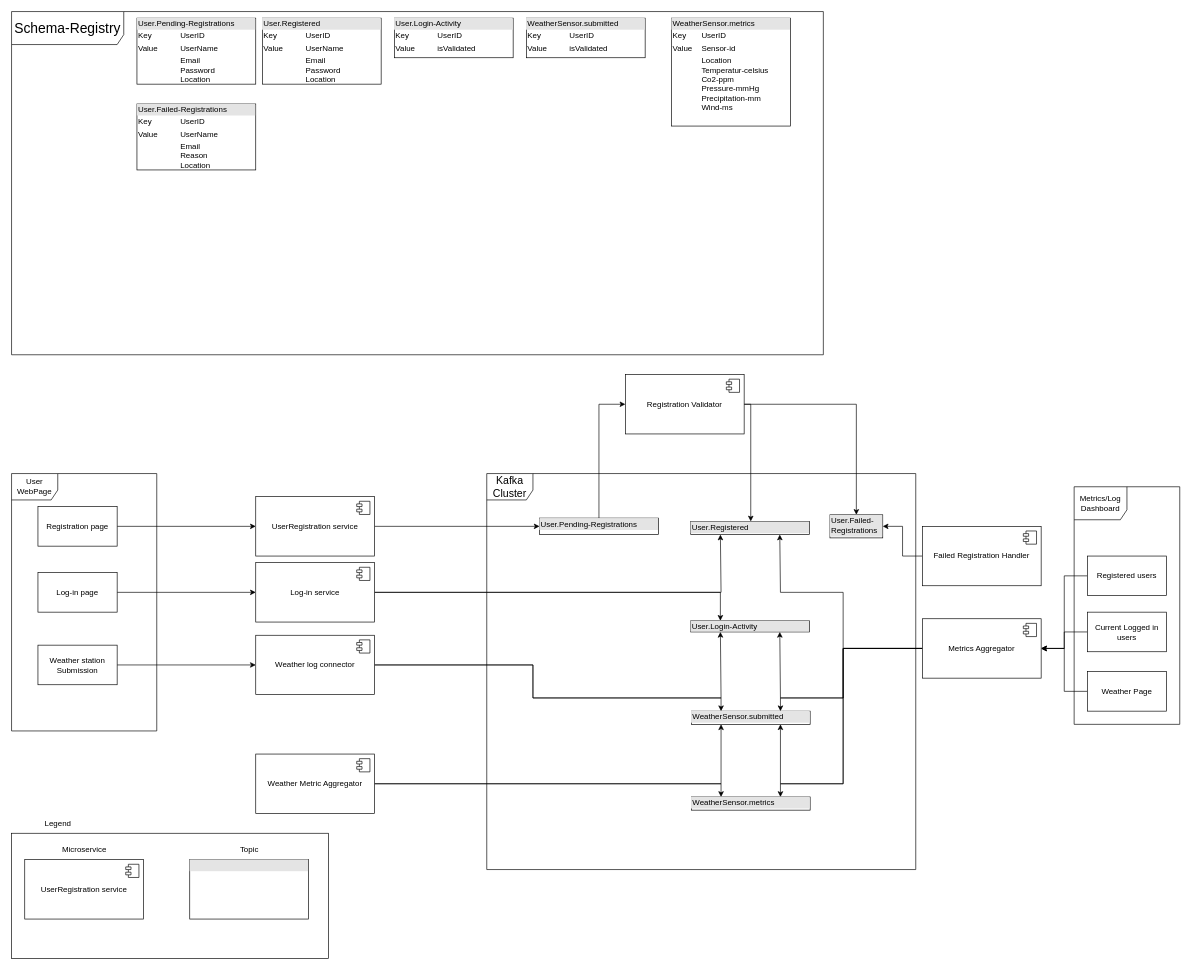
This is architecture.drawio from OthelloEngineer/Kafka-traffic-dashboard-project, a draw.io file, before an edit. Source tidied: cells renumbered, new cells numbered last; positions are measured from the earlier drawing's top-left corner, leaving out a move shared by most shapes. Both pictures are drawn from the tidied source at 66%, with x=0, y=0 at pixel (11, 11).
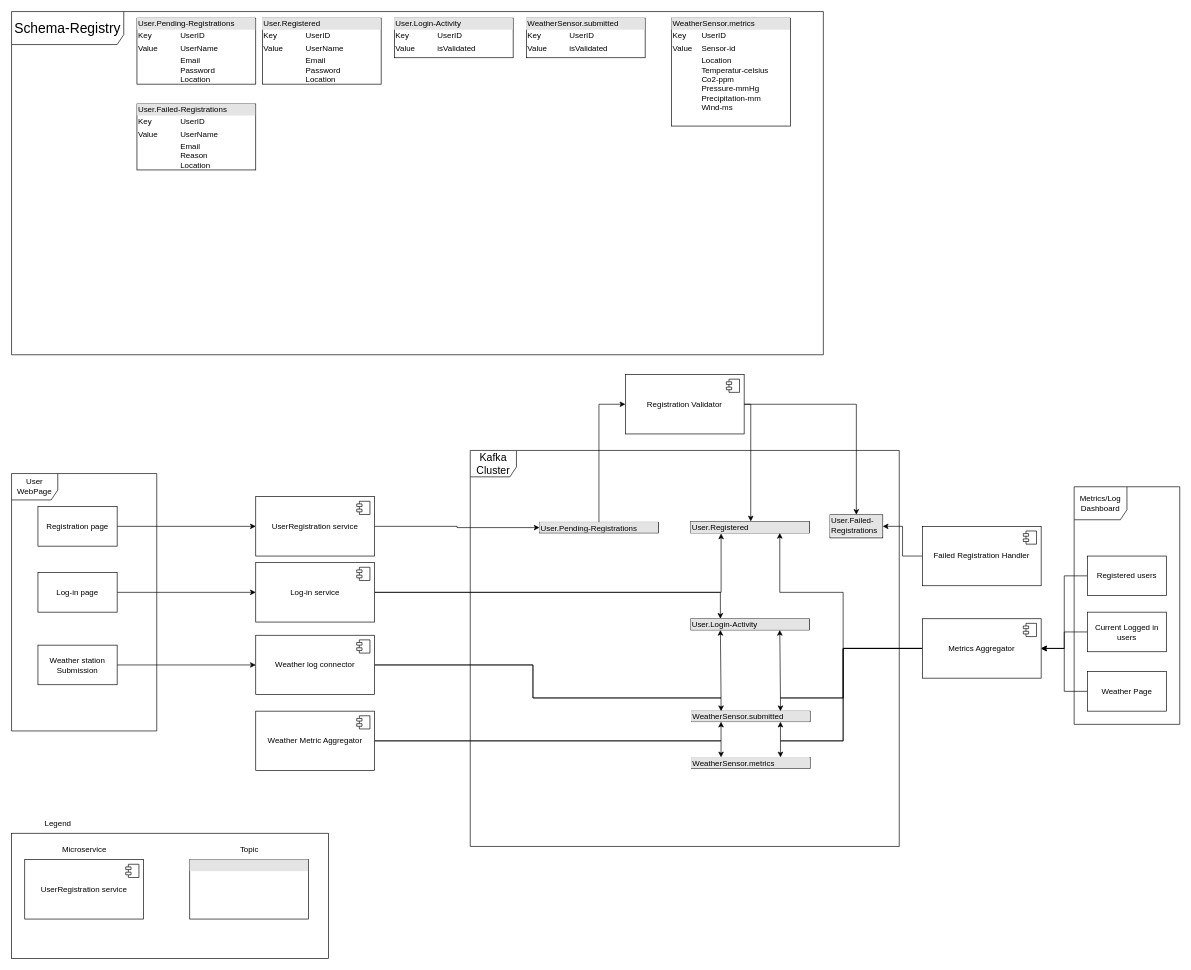
The same diagram, later.

Commit message:
improved visuals of design

The change refers to these unchanged cells:
```xml
<mxCell id="8" value="Log-in service" style="html=1;whiteSpace=wrap;" parent="1" vertex="1">
  <mxGeometry x="370" y="835" width="180" height="90" as="geometry" />
</mxCell>
<mxCell id="42" value="Metrics Aggregator" style="html=1;whiteSpace=wrap;" parent="1" vertex="1">
  <mxGeometry x="1380" y="920" width="180" height="90" as="geometry" />
</mxCell>
```

Change to the diagram source:
```diff
@@
+    <mxCell id="27" value="&lt;font style=&quot;font-size: 16px;&quot;&gt;Kafka Cluster&lt;/font&gt;" style="shape=umlFrame;whiteSpace=wrap;html=1;width=70;height=40;" parent="1" vertex="1">
+      <mxGeometry x="695" y="665" width="650" height="600" as="geometry" />
+    </mxCell>
@@
-    <mxCell id="6" style="edgeStyle=orthogonalEdgeStyle;rounded=0;jettySize=auto;html=1;entryX=0.25;entryY=1;entryDx=0;entryDy=0;" parent="1" edge="1" source="8" target="30">
+    <mxCell id="6" style="edgeStyle=orthogonalEdgeStyle;rounded=0;jettySize=auto;html=1;entryX=0.256;entryY=1.046;entryDx=0;entryDy=0;entryPerimeter=0;" parent="1" edge="1" source="8" target="30">
       <mxGeometry relative="1" as="geometry">
         <Array as="points">
           <mxPoint x="1075" y="880" />
         </Array>
       </mxGeometry>
     </mxCell>
@@
-    <mxCell id="27" value="&lt;font style=&quot;font-size: 16px;&quot;&gt;Kafka Cluster&lt;/font&gt;" style="shape=umlFrame;whiteSpace=wrap;html=1;width=70;height=40;" parent="1" vertex="1">
-      <mxGeometry x="720" y="700" width="650" height="600" as="geometry" />
-    </mxCell>
@@
     <mxCell id="29" value="&lt;div style=&quot;box-sizing:border-box;width:100%;background:#e4e4e4;padding:2px;&quot;&gt;User.Pending-Registrations&lt;/div&gt;" style="verticalAlign=top;align=left;overflow=fill;html=1;whiteSpace=wrap;" parent="1" vertex="1">
-      <mxGeometry x="800" y="767.5" width="180" height="25" as="geometry" />
+      <mxGeometry x="800" y="773.8" width="180" height="16.2" as="geometry" />
     </mxCell>
     <mxCell id="30" value="&lt;div style=&quot;box-sizing:border-box;width:100%;background:#e4e4e4;padding:2px;&quot;&gt;User.Registered&lt;/div&gt;" style="verticalAlign=top;align=left;overflow=fill;html=1;whiteSpace=wrap;" parent="1" vertex="1">
-      <mxGeometry x="1029" y="772.5" width="180" height="20" as="geometry" />
+      <mxGeometry x="1029" y="772.5" width="180" height="17.5" as="geometry" />
     </mxCell>
@@
     <mxCell id="35" value="&lt;div style=&quot;box-sizing:border-box;width:100%;background:#e4e4e4;padding:2px;&quot;&gt;User.Login-Activity&lt;/div&gt;" style="verticalAlign=top;align=left;overflow=fill;html=1;whiteSpace=wrap;" parent="1" vertex="1">
-      <mxGeometry x="1029" y="923" width="180" height="17" as="geometry" />
+      <mxGeometry x="1029" y="920" width="180" height="17" as="geometry" />
     </mxCell>
     <mxCell id="36" value="&lt;div style=&quot;box-sizing:border-box;width:100%;background:#e4e4e4;padding:2px;&quot;&gt;WeatherSensor.submitted&lt;/div&gt;" style="verticalAlign=top;align=left;overflow=fill;html=1;whiteSpace=wrap;" parent="1" vertex="1">
-      <mxGeometry x="1030" y="1060" width="180" height="20" as="geometry" />
+      <mxGeometry x="1030" y="1060" width="180" height="16" as="geometry" />
     </mxCell>
@@
     <mxCell id="39" style="edgeStyle=orthogonalEdgeStyle;rounded=0;jettySize=auto;html=1;entryX=0.75;entryY=1;entryDx=0;entryDy=0;" parent="1" edge="1" source="42" target="30">
       <mxGeometry relative="1" as="geometry">
         <Array as="points">
           <mxPoint x="1260" y="965" />
           <mxPoint x="1260" y="880" />
-          <mxPoint x="1165" y="880" />
+          <mxPoint x="1164" y="880" />
         </Array>
       </mxGeometry>
     </mxCell>
     <mxCell id="40" style="edgeStyle=orthogonalEdgeStyle;rounded=0;jettySize=auto;html=1;entryX=0.75;entryY=0;entryDx=0;entryDy=0;" parent="1" edge="1" source="42" target="55">
       <mxGeometry relative="1" as="geometry">
         <Array as="points">
           <mxPoint x="1260" y="965" />
-          <mxPoint x="1260" y="1170" />
-          <mxPoint x="1165" y="1170" />
+          <mxPoint x="1260" y="1105" />
+          <mxPoint x="1165" y="1105" />
         </Array>
       </mxGeometry>
     </mxCell>
     <mxCell id="41" style="edgeStyle=orthogonalEdgeStyle;rounded=0;jettySize=auto;html=1;entryX=0.75;entryY=1;entryDx=0;entryDy=0;" parent="1" edge="1" source="42" target="36">
       <mxGeometry relative="1" as="geometry">
         <Array as="points">
           <mxPoint x="1260" y="965" />
-          <mxPoint x="1260" y="1170" />
-          <mxPoint x="1165" y="1170" />
+          <mxPoint x="1260" y="1105" />
+          <mxPoint x="1165" y="1105" />
         </Array>
       </mxGeometry>
     </mxCell>
@@
     <mxCell id="52" style="edgeStyle=orthogonalEdgeStyle;rounded=0;jettySize=auto;html=1;entryX=0.25;entryY=1;entryDx=0;entryDy=0;" parent="1" edge="1" source="53" target="36">
-      <mxGeometry relative="1" as="geometry" />
+      <mxGeometry relative="1" as="geometry">
+        <Array as="points">
+          <mxPoint x="1075" y="1105" />
+        </Array>
+      </mxGeometry>
     </mxCell>
     <mxCell id="53" value="Weather Metric Aggregator" style="html=1;whiteSpace=wrap;" parent="1" vertex="1">
-      <mxGeometry x="370" y="1125" width="180" height="90" as="geometry" />
+      <mxGeometry x="370" y="1060" width="180" height="90" as="geometry" />
     </mxCell>
@@
     <mxCell id="55" value="&lt;div style=&quot;box-sizing:border-box;width:100%;background:#e4e4e4;padding:2px;&quot;&gt;WeatherSensor.metrics&lt;/div&gt;" style="verticalAlign=top;align=left;overflow=fill;html=1;whiteSpace=wrap;" parent="1" vertex="1">
-      <mxGeometry x="1030" y="1190" width="180" height="20" as="geometry" />
+      <mxGeometry x="1030" y="1130" width="180" height="17" as="geometry" />
     </mxCell>
```
